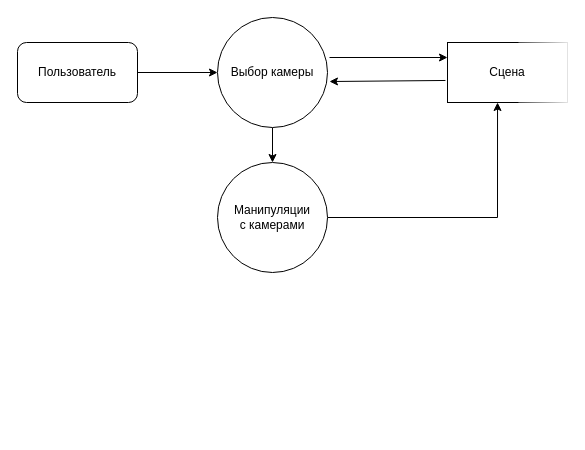
This is page "3 Редактирование камеры" (3 of 8) of dfd/dfd.drawio from c0sx/3d-model-viewer-design, a draw.io file, before an edit. Source tidied: cells renumbered, new cells numbered last; positions are measured from the earlier drawing's top-left corner, leaving out a move shared by most shapes. Both pictures are drawn from the tidied source at 100%, with x=0, y=0 at pixel (17, 17).
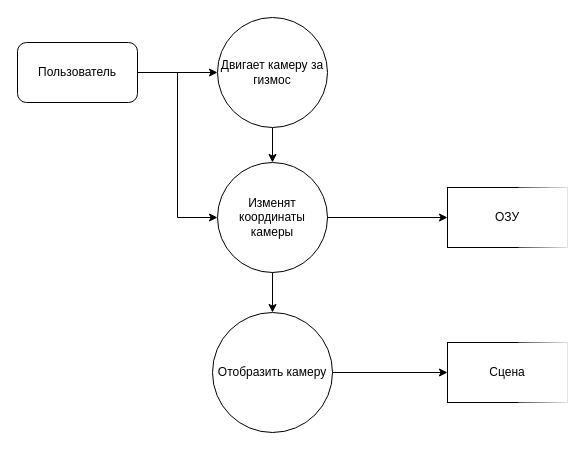
After the change.

What changed in the source:
```diff
@@
 <mxGraphModel>
   <root>
     <mxCell id="0" />
     <mxCell id="1" parent="0" />
     <mxCell id="2" value="Пользователь" style="rounded=1;whiteSpace=wrap;html=1;" parent="1" vertex="1">
       <mxGeometry y="25" width="120" height="60" as="geometry" />
     </mxCell>
-    <mxCell id="3" style="edgeStyle=orthogonalEdgeStyle;rounded=0;jettySize=auto;html=1;exitX=1;exitY=0.5;exitDx=0;exitDy=0;entryX=1;entryY=0.583;entryDx=0;entryDy=0;entryPerimeter=0;" parent="1" edge="1" source="4" target="6">
-      <mxGeometry relative="1" as="geometry" />
-    </mxCell>
-    <mxCell id="4" value="Манипуляции&lt;br&gt;с камерами" style="ellipse;whiteSpace=wrap;html=1;" parent="1" vertex="1">
+    <mxCell id="4" value="Изменят координаты камеры" style="ellipse;whiteSpace=wrap;html=1;" parent="1" vertex="1">
       <mxGeometry x="200" y="145" width="110" height="110" as="geometry" />
     </mxCell>
     <mxCell id="5" style="endArrow=classic;html=1;entryX=0;entryY=0.5;entryDx=0;entryDy=0;" parent="1" edge="1" target="9">
       <mxGeometry relative="1" as="geometry">
         <mxPoint x="120" y="55" as="sourcePoint" />
       </mxGeometry>
     </mxCell>
-    <mxCell id="6" value="Сцена" style="rounded=0;whiteSpace=wrap;html=1;perimeterSpacing=0;shadow=0;sketch=0;glass=1;direction=south;" parent="1" vertex="1">
-      <mxGeometry x="430" y="25" width="120" height="60" as="geometry" />
+    <mxCell id="6" value="ОЗУ" style="rounded=0;whiteSpace=wrap;html=1;perimeterSpacing=0;shadow=0;sketch=0;glass=1;direction=south;" parent="1" vertex="1">
+      <mxGeometry x="430" y="170" width="120" height="60" as="geometry" />
     </mxCell>
-    <mxCell id="7" style="endArrow=classic;html=1;entryX=0.25;entryY=1;entryDx=0;entryDy=0;" parent="1" edge="1" target="6">
-      <mxGeometry relative="1" as="geometry">
-        <mxPoint x="312" y="40" as="sourcePoint" />
-      </mxGeometry>
-    </mxCell>
     <mxCell id="8" style="edgeStyle=orthogonalEdgeStyle;rounded=0;jettySize=auto;html=1;" parent="1" edge="1" source="9" target="4">
       <mxGeometry relative="1" as="geometry" />
     </mxCell>
-    <mxCell id="9" value="Выбор камеры" style="ellipse;whiteSpace=wrap;html=1;" parent="1" vertex="1">
+    <mxCell id="9" value="Двигает камеру за гизмос" style="ellipse;whiteSpace=wrap;html=1;" parent="1" vertex="1">
       <mxGeometry x="200" width="110" height="110" as="geometry" />
     </mxCell>
-    <mxCell id="10" style="endArrow=classic;html=1;exitX=0.633;exitY=1.017;exitDx=0;exitDy=0;exitPerimeter=0;entryX=1.018;entryY=0.582;entryDx=0;entryDy=0;entryPerimeter=0;" parent="1" edge="1" source="6" target="9">
-      <mxGeometry relative="1" as="geometry" />
-    </mxCell>
+    <mxCell id="11" style="endArrow=classic;html=1;entryX=0;entryY=0.5;entryDx=0;entryDy=0;rounded=0;" parent="1" edge="1" target="4">
+      <mxGeometry relative="1" as="geometry">
+        <mxPoint x="160" y="55" as="sourcePoint" />
+        <Array as="points">
+          <mxPoint x="160" y="200" />
+        </Array>
+      </mxGeometry>
+    </mxCell>
+    <mxCell id="3" style="endArrow=classic;html=1;exitX=1;exitY=0.5;exitDx=0;exitDy=0;entryX=0.5;entryY=1;entryDx=0;entryDy=0;" parent="1" edge="1" source="4" target="6">
+      <mxGeometry relative="1" as="geometry" />
+    </mxCell>
+    <mxCell id="12" value="Отобразить камеру" style="ellipse;whiteSpace=wrap;html=1;" parent="1" vertex="1">
+      <mxGeometry x="195" y="295" width="120" height="120" as="geometry" />
+    </mxCell>
+    <mxCell id="13" style="endArrow=classic;html=1;exitX=1;exitY=0.5;exitDx=0;exitDy=0;entryX=0.5;entryY=1;entryDx=0;entryDy=0;" parent="1" edge="1" source="12" target="14">
+      <mxGeometry relative="1" as="geometry" />
+    </mxCell>
+    <mxCell id="14" value="Сцена" style="rounded=0;whiteSpace=wrap;html=1;perimeterSpacing=0;shadow=0;sketch=0;glass=1;direction=south;" parent="1" vertex="1">
+      <mxGeometry x="430" y="325" width="120" height="60" as="geometry" />
+    </mxCell>
+    <mxCell id="15" style="endArrow=classic;html=1;exitX=0.5;exitY=1;exitDx=0;exitDy=0;entryX=0.5;entryY=0;entryDx=0;entryDy=0;" parent="1" edge="1" source="4" target="12">
+      <mxGeometry relative="1" as="geometry" />
+    </mxCell>
   </root>
 </mxGraphModel>
```
